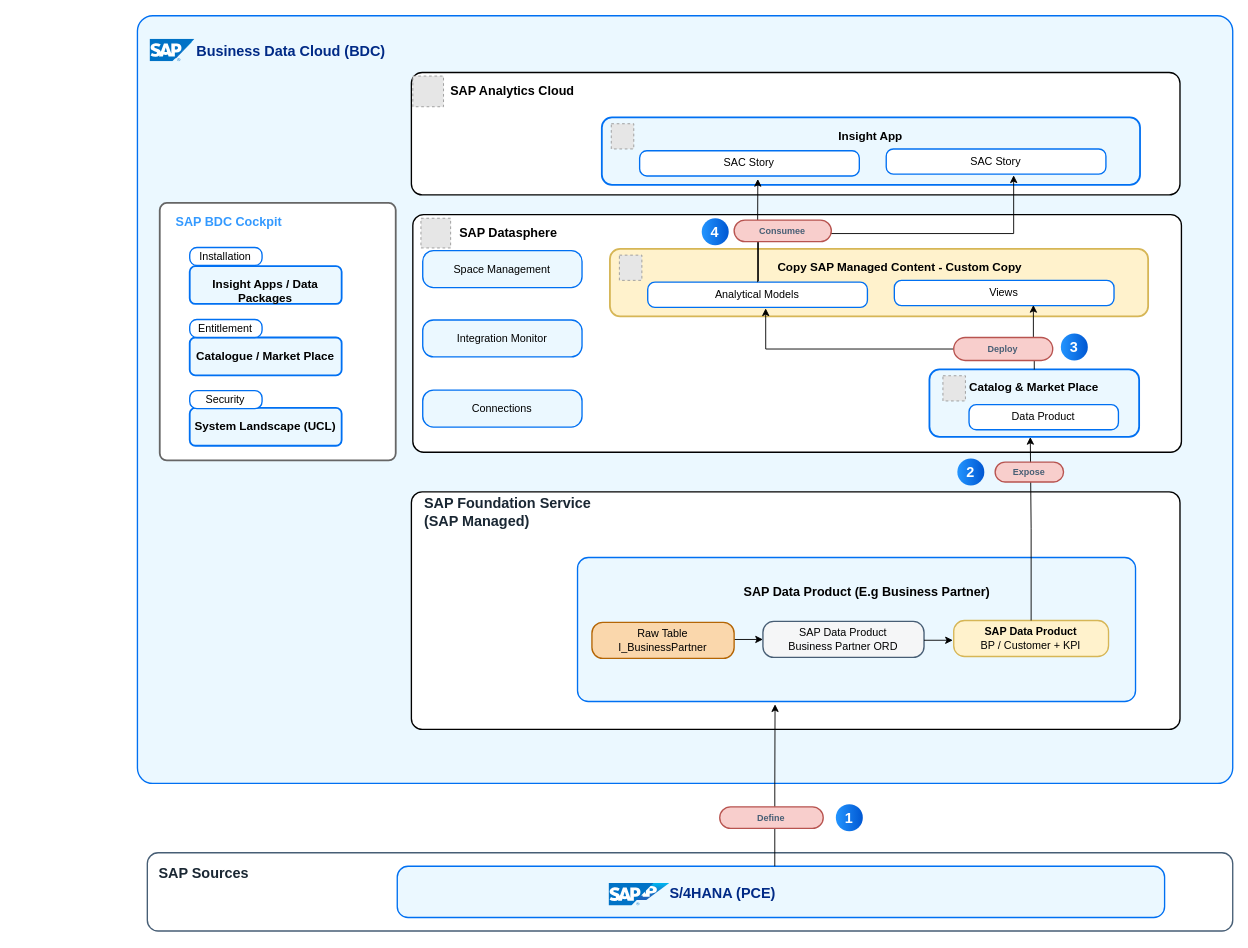
Before: docs/ref-arch/RA0013/3-insights-apps-greenfield-bdc/drawio/sap-managed-custom-insight-app.drawio in SAP/architecture-center, a draw.io diagram. Source tidied: cells renumbered, new cells numbered last; positions are measured from the earlier drawing's top-left corner, leaving out a move shared by most shapes. Both pictures are drawn from the tidied source at 90%, with x=0, y=0 at pixel (22, 15). Pictures stored in the file or linked from it are replaced by grey dashed boxes.
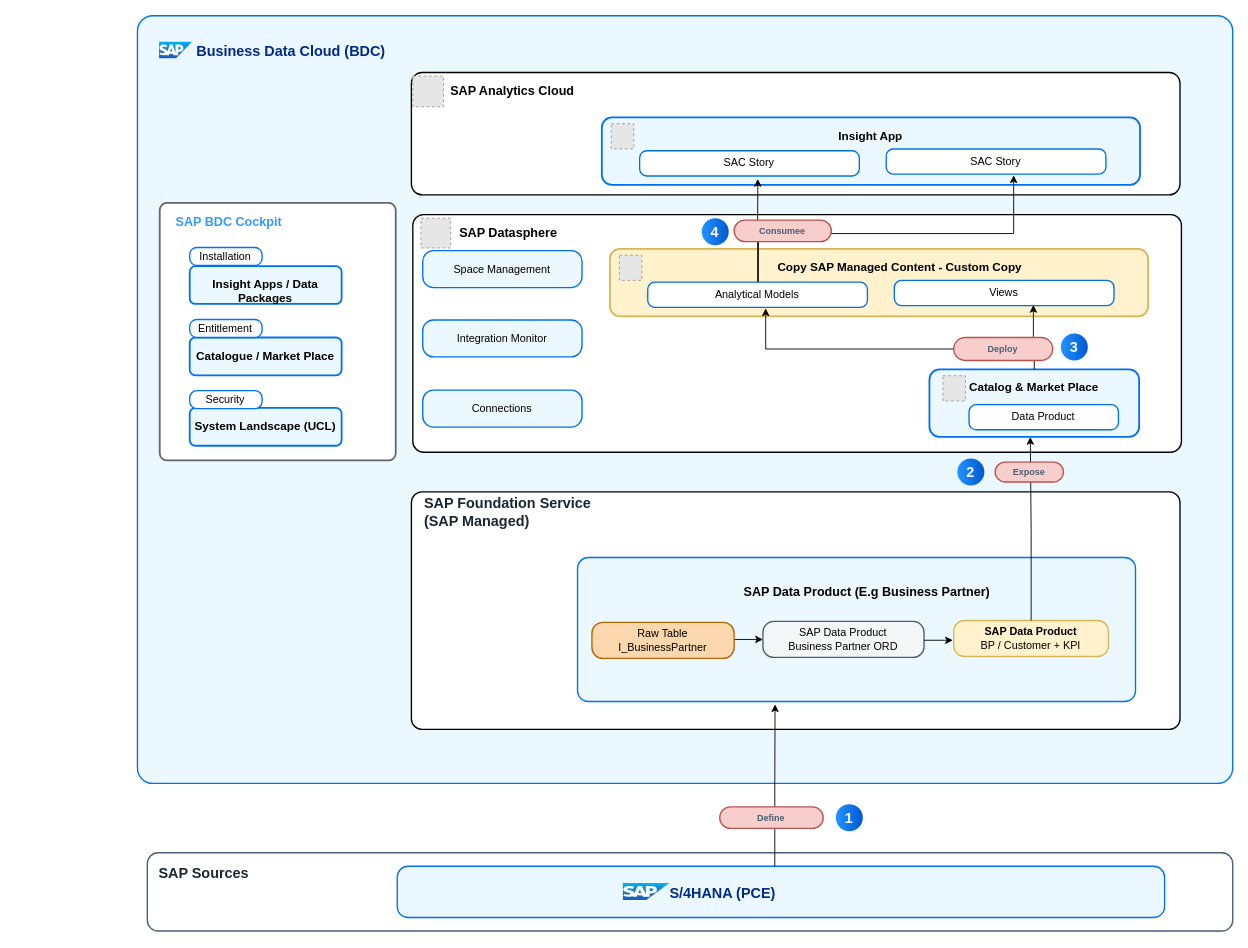
After the change.

Unchanged cells that the change refers to:
```xml
<mxCell id="17" style="group;" parent="1" vertex="1">
  <mxGeometry x="138.2" y="930" width="1206" height="87" as="geometry" />
</mxCell>
```

Change to the diagram source:
```diff
@@
-    <mxCell id="22" style="image;sketch=0;html=1;align=center;fontSize=12;image=img/lib/mscae/SAP_HANA_on_Azure.svg;" parent="17" vertex="1">
-      <mxGeometry x="513" y="34" width="50" height="25" as="geometry" />
-    </mxCell>
@@
-    <mxCell id="71" style="image;sketch=0;html=1;align=center;fontSize=12;image=img/lib/mscae/SAP_HANA_on_Azure.svg;" parent="1" vertex="1">
-      <mxGeometry x="141.2" y="26" width="50" height="25" as="geometry" />
-    </mxCell>
```
